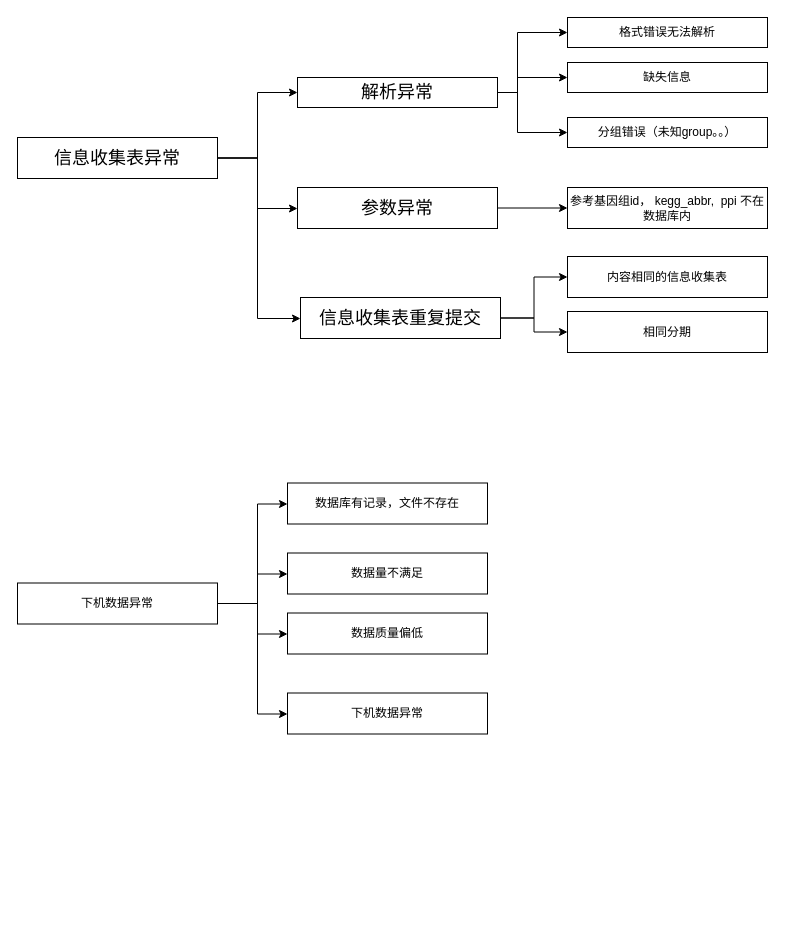
Earlier version of the draw.io diagram 异常情况处理.drawio (lidanqing123/drawio.picture). Source tidied: cells renumbered, new cells numbered last; positions are measured from the earlier drawing's top-left corner, leaving out a move shared by most shapes. Both pictures are drawn from the tidied source at 100%, with x=0, y=0 at pixel (17, 17).
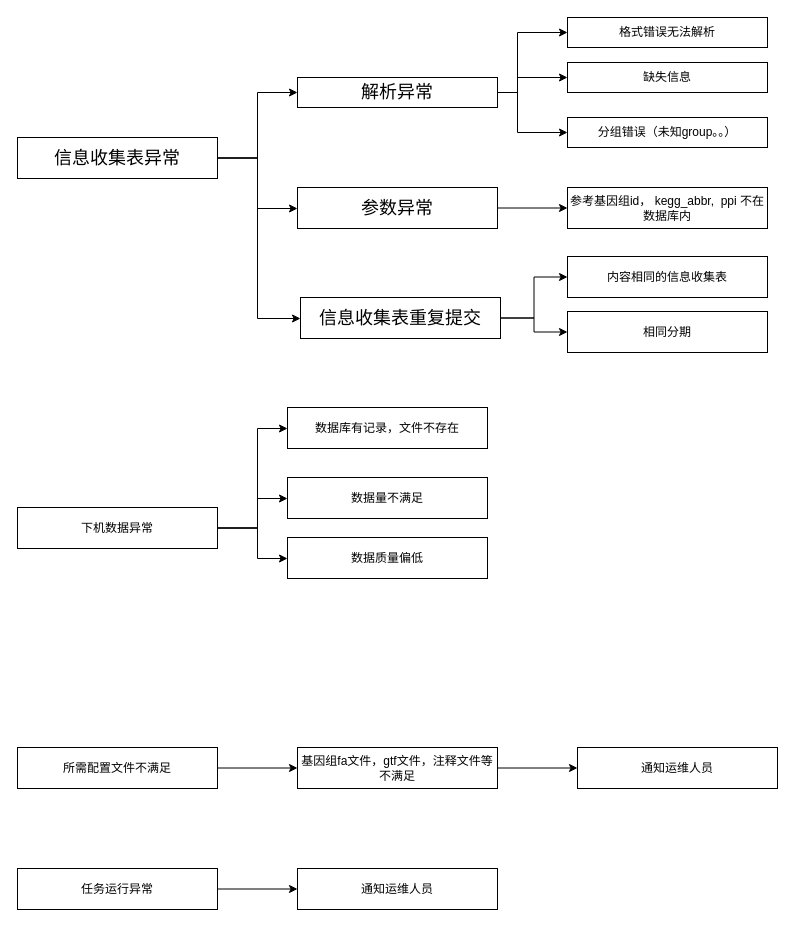
The same page after the edit.

Commit message:
更新异常情况处理.drawio

What changed in the source:
```diff
@@
     <mxCell id="6" style="edgeStyle=orthogonalEdgeStyle;rounded=0;jettySize=auto;html=1;" parent="1" edge="1" source="10" target="14">
       <mxGeometry relative="1" as="geometry">
         <Array as="points">
-          <mxPoint x="240" y="586.5" />
-          <mxPoint x="240" y="486.5" />
+          <mxPoint x="240" y="511" />
+          <mxPoint x="240" y="411" />
         </Array>
       </mxGeometry>
     </mxCell>
     <mxCell id="7" style="edgeStyle=orthogonalEdgeStyle;rounded=0;jettySize=auto;html=1;" parent="1" edge="1" source="10" target="13">
       <mxGeometry relative="1" as="geometry">
         <Array as="points">
-          <mxPoint x="240" y="586.5" />
-          <mxPoint x="240" y="556.5" />
+          <mxPoint x="240" y="511" />
+          <mxPoint x="240" y="481" />
         </Array>
       </mxGeometry>
     </mxCell>
     <mxCell id="8" style="edgeStyle=orthogonalEdgeStyle;rounded=0;jettySize=auto;html=1;" parent="1" edge="1" source="10" target="12">
       <mxGeometry relative="1" as="geometry">
         <Array as="points">
-          <mxPoint x="240" y="586.5" />
-          <mxPoint x="240" y="616.5" />
+          <mxPoint x="240" y="511" />
+          <mxPoint x="240" y="541" />
         </Array>
       </mxGeometry>
     </mxCell>
-    <mxCell id="9" style="edgeStyle=orthogonalEdgeStyle;rounded=0;jettySize=auto;html=1;" parent="1" edge="1" source="10" target="11">
-      <mxGeometry relative="1" as="geometry">
-        <Array as="points">
-          <mxPoint x="240" y="586.5" />
-          <mxPoint x="240" y="696.5" />
-        </Array>
-      </mxGeometry>
-    </mxCell>
     <mxCell id="10" value="下机数据异常" style="text;html=1;strokeColor=#000000;fillColor=none;align=center;verticalAlign=middle;whiteSpace=wrap;rounded=0;" parent="1" vertex="1">
-      <mxGeometry y="565.5" width="200" height="41" as="geometry" />
+      <mxGeometry y="490" width="200" height="41" as="geometry" />
     </mxCell>
-    <mxCell id="11" value="下机数据异常" style="text;html=1;strokeColor=#000000;fillColor=none;align=center;verticalAlign=middle;whiteSpace=wrap;rounded=0;" parent="1" vertex="1">
-      <mxGeometry x="270" y="675.5" width="200" height="41" as="geometry" />
-    </mxCell>
+    <mxCell id="30" style="edgeStyle=orthogonalEdgeStyle;rounded=0;jettySize=auto;html=1;" parent="1" edge="1" source="31" target="36">
+      <mxGeometry relative="1" as="geometry" />
+    </mxCell>
+    <mxCell id="31" value="所需配置文件不满足" style="text;html=1;strokeColor=#000000;fillColor=none;align=center;verticalAlign=middle;whiteSpace=wrap;rounded=0;" parent="1" vertex="1">
+      <mxGeometry y="730" width="200" height="41" as="geometry" />
+    </mxCell>
+    <mxCell id="32" style="edgeStyle=orthogonalEdgeStyle;rounded=0;jettySize=auto;html=1;" parent="1" edge="1" source="33" target="34">
+      <mxGeometry relative="1" as="geometry" />
+    </mxCell>
+    <mxCell id="33" value="任务运行异常" style="text;html=1;strokeColor=#000000;fillColor=none;align=center;verticalAlign=middle;whiteSpace=wrap;rounded=0;" parent="1" vertex="1">
+      <mxGeometry y="851" width="200" height="41" as="geometry" />
+    </mxCell>
+    <mxCell id="34" value="通知运维人员" style="text;html=1;strokeColor=#000000;fillColor=none;align=center;verticalAlign=middle;whiteSpace=wrap;rounded=0;" parent="1" vertex="1">
+      <mxGeometry x="280" y="851" width="200" height="41" as="geometry" />
+    </mxCell>
+    <mxCell id="35" style="edgeStyle=orthogonalEdgeStyle;rounded=0;jettySize=auto;html=1;" parent="1" edge="1" source="36" target="37">
+      <mxGeometry relative="1" as="geometry" />
+    </mxCell>
+    <mxCell id="36" value="基因组fa文件，gtf文件，注释文件等不满足" style="text;html=1;strokeColor=#000000;fillColor=none;align=center;verticalAlign=middle;whiteSpace=wrap;rounded=0;" parent="1" vertex="1">
+      <mxGeometry x="280" y="730" width="200" height="41" as="geometry" />
+    </mxCell>
+    <mxCell id="37" value="通知运维人员" style="text;html=1;strokeColor=#000000;fillColor=none;align=center;verticalAlign=middle;whiteSpace=wrap;rounded=0;" parent="1" vertex="1">
+      <mxGeometry x="560" y="730" width="200" height="41" as="geometry" />
+    </mxCell>
     <mxCell id="12" value="数据质量偏低" style="text;html=1;strokeColor=#000000;fillColor=none;align=center;verticalAlign=middle;whiteSpace=wrap;rounded=0;" parent="1" vertex="1">
-      <mxGeometry x="270" y="595.5" width="200" height="41" as="geometry" />
+      <mxGeometry x="270" y="520" width="200" height="41" as="geometry" />
     </mxCell>
     <mxCell id="13" value="数据量不满足" style="text;html=1;strokeColor=#000000;fillColor=none;align=center;verticalAlign=middle;whiteSpace=wrap;rounded=0;" parent="1" vertex="1">
-      <mxGeometry x="270" y="535.5" width="200" height="41" as="geometry" />
+      <mxGeometry x="270" y="460" width="200" height="41" as="geometry" />
     </mxCell>
     <mxCell id="14" value="数据库有记录，文件不存在" style="text;html=1;strokeColor=#000000;fillColor=none;align=center;verticalAlign=middle;whiteSpace=wrap;rounded=0;" parent="1" vertex="1">
-      <mxGeometry x="270" y="465.5" width="200" height="41" as="geometry" />
+      <mxGeometry x="270" y="390" width="200" height="41" as="geometry" />
     </mxCell>
```
